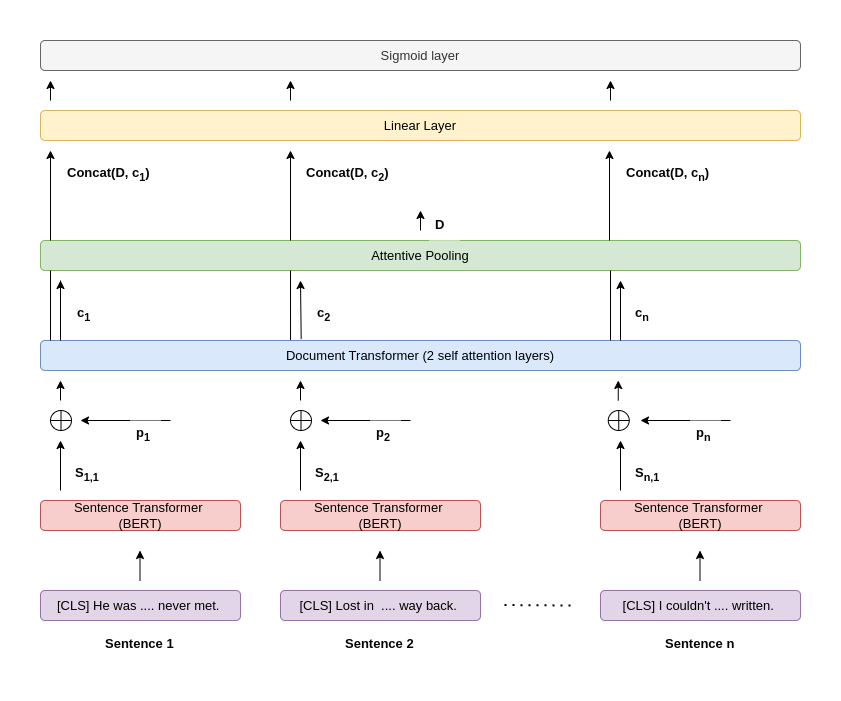
Before: media/hiExtSumm.png, a diagram exported from draw.io (Jishnu8/Hierarchical-Transformer-for-Long-Text-Summarization). Source tidied: cells renumbered, new cells last; positions are measured from the earlier drawing's top-left corner, leaving out a move shared by most shapes.
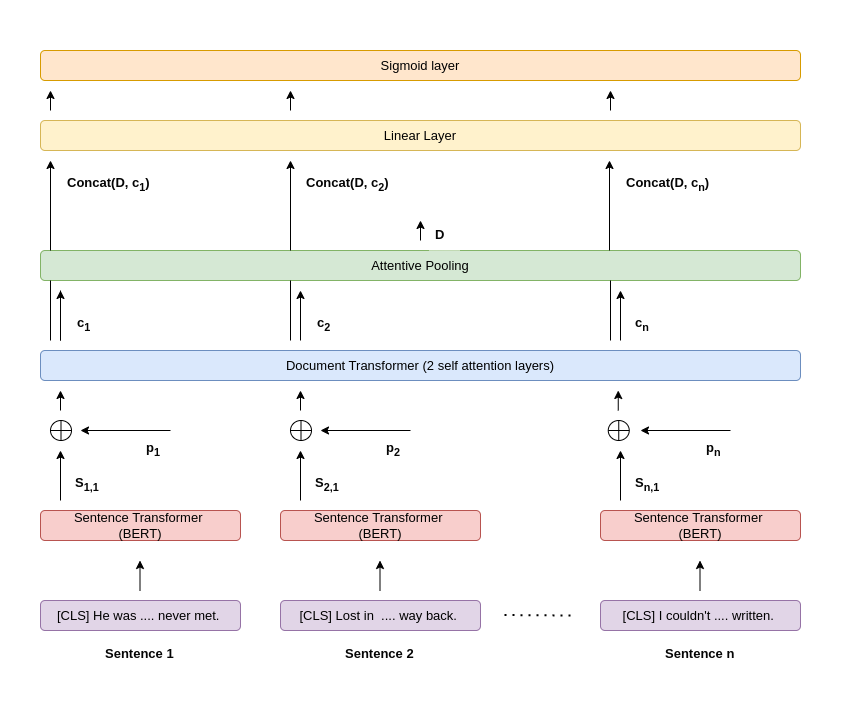
The same diagram one commit later.

Change to the diagram source:
```diff
@@ -68,9 +68,6 @@
         <mxPoint x="80" y="420" as="targetPoint" />
       </mxGeometry>
     </mxCell>
-    <mxCell id="18" value="p&lt;sub&gt;1&lt;/sub&gt;" style="strokeWidth=1;shadow=0;dashed=0;align=center;html=1;shape=mxgraph.mockup.text.textBox;fontColor=#050505;align=left;fontSize=13;spacingLeft=4;spacingTop=-3;strokeColor=none;mainText=;fontStyle=1;" parent="1" vertex="1">
-      <mxGeometry x="130" y="420" width="30" height="30" as="geometry" />
-    </mxCell>
     <mxCell id="19" style="verticalLabelPosition=bottom;verticalAlign=top;html=1;shape=mxgraph.flowchart.summing_function;fontSize=13;fontColor=#050505;" parent="1" vertex="1">
       <mxGeometry x="50" y="410" width="21" height="20" as="geometry" />
     </mxCell>
@@ -104,9 +101,6 @@
     <mxCell id="25" value="S&lt;sub&gt;2,1&lt;/sub&gt;" style="strokeWidth=1;shadow=0;dashed=0;align=center;html=1;shape=mxgraph.mockup.text.textBox;fontColor=#050505;align=left;fontSize=13;spacingLeft=4;spacingTop=-3;strokeColor=none;mainText=;fontStyle=1;" parent="1" vertex="1">
       <mxGeometry x="308.8" y="460" width="30" height="30" as="geometry" />
     </mxCell>
-    <mxCell id="26" value="p&lt;sub&gt;2&lt;/sub&gt;" style="strokeWidth=1;shadow=0;dashed=0;align=center;html=1;shape=mxgraph.mockup.text.textBox;fontColor=#050505;align=left;fontSize=13;spacingLeft=4;spacingTop=-3;strokeColor=none;mainText=;fontStyle=1;" parent="1" vertex="1">
-      <mxGeometry x="370" y="420" width="30" height="30" as="geometry" />
-    </mxCell>
     <mxCell id="27" style="endArrow=classic;html=1;rounded=0;fontSize=13;fontColor=#050505;" parent="1" edge="1">
       <mxGeometry relative="1" as="geometry">
         <mxPoint x="620" y="490" as="sourcePoint" />
@@ -125,9 +119,6 @@
     <mxCell id="30" style="verticalLabelPosition=bottom;verticalAlign=top;html=1;shape=mxgraph.flowchart.summing_function;fontSize=13;fontColor=#050505;" parent="1" vertex="1">
       <mxGeometry x="607.8" y="410" width="21" height="20" as="geometry" />
     </mxCell>
-    <mxCell id="31" value="p&lt;sub&gt;n&lt;/sub&gt;" style="strokeWidth=1;shadow=0;dashed=0;align=center;html=1;shape=mxgraph.mockup.text.textBox;fontColor=#050505;align=left;fontSize=13;spacingLeft=4;spacingTop=-3;strokeColor=none;mainText=;fontStyle=1;" parent="1" vertex="1">
-      <mxGeometry x="690" y="420" width="30" height="30" as="geometry" />
-    </mxCell>
     <mxCell id="32" style="endArrow=classic;html=1;rounded=0;fontSize=13;fontColor=#050505;" parent="1" edge="1">
       <mxGeometry relative="1" as="geometry">
         <mxPoint x="617.8" y="400" as="sourcePoint" />
@@ -151,7 +142,7 @@
     </mxCell>
     <mxCell id="37" style="endArrow=none;html=1;rounded=0;fontSize=13;fontColor=#050505;" parent="1" edge="1">
       <mxGeometry relative="1" as="geometry">
-        <mxPoint x="50" y="340" as="sourcePoint" />
+        <mxPoint x="50" y="330" as="sourcePoint" />
         <mxPoint x="50" y="270" as="targetPoint" />
       </mxGeometry>
     </mxCell>
@@ -182,22 +173,24 @@
         <mxPoint x="50" y="80" as="targetPoint" />
       </mxGeometry>
     </mxCell>
-    <mxCell id="44" value="Sigmoid layer" style="rounded=1;whiteSpace=wrap;html=1;fontSize=13;fillColor=#f5f5f5;strokeColor=#666666;fontColor=#333333;" parent="1" vertex="1">
+    <mxCell id="44" value="Sigmoid layer" style="rounded=1;whiteSpace=wrap;html=1;fontSize=13;fillColor=#ffe6cc;strokeColor=#d79b00;" parent="1" vertex="1">
       <mxGeometry x="40" y="40" width="760" height="30" as="geometry" />
     </mxCell>
-    <mxCell id="45" style="endArrow=classic;html=1;rounded=0;fontSize=13;fontColor=#050505;exitX=0.343;exitY=-0.047;exitDx=0;exitDy=0;exitPerimeter=0;" parent="1" edge="1" source="33">
+    <mxCell id="45" style="endArrow=classic;html=1;rounded=0;fontSize=13;fontColor=#050505;" parent="1" edge="1">
       <mxGeometry relative="1" as="geometry">
+        <mxPoint x="300" y="330" as="sourcePoint" />
         <mxPoint x="300" y="280" as="targetPoint" />
       </mxGeometry>
     </mxCell>
     <mxCell id="46" style="endArrow=none;html=1;rounded=0;fontSize=13;fontColor=#050505;" parent="1" edge="1">
       <mxGeometry relative="1" as="geometry">
-        <mxPoint x="60" y="340" as="sourcePoint" />
+        <mxPoint x="60" y="330" as="sourcePoint" />
         <mxPoint x="60" y="280" as="targetPoint" />
       </mxGeometry>
     </mxCell>
-    <mxCell id="47" style="endArrow=none;html=1;rounded=0;fontSize=13;fontColor=#050505;exitX=0.329;exitY=-0.02;exitDx=0;exitDy=0;exitPerimeter=0;" parent="1" edge="1" source="33">
+    <mxCell id="47" style="endArrow=none;html=1;rounded=0;fontSize=13;fontColor=#050505;" parent="1" edge="1">
       <mxGeometry relative="1" as="geometry">
+        <mxPoint x="290" y="330" as="sourcePoint" />
         <mxPoint x="290" y="270" as="targetPoint" />
       </mxGeometry>
     </mxCell>
@@ -206,13 +199,13 @@
     </mxCell>
     <mxCell id="49" style="endArrow=classic;html=1;rounded=0;fontSize=13;fontColor=#050505;" parent="1" edge="1">
       <mxGeometry relative="1" as="geometry">
-        <mxPoint x="620" y="340" as="sourcePoint" />
+        <mxPoint x="620" y="330" as="sourcePoint" />
         <mxPoint x="620" y="280" as="targetPoint" />
       </mxGeometry>
     </mxCell>
     <mxCell id="50" style="endArrow=none;html=1;rounded=0;fontSize=13;fontColor=#050505;entryX=0.75;entryY=1;entryDx=0;entryDy=0;" parent="1" edge="1" target="36">
       <mxGeometry relative="1" as="geometry">
-        <mxPoint x="610" y="340" as="sourcePoint" />
+        <mxPoint x="610" y="330" as="sourcePoint" />
       </mxGeometry>
     </mxCell>
     <mxCell id="51" value="c&lt;sub&gt;n&lt;/sub&gt;" style="strokeWidth=1;shadow=0;dashed=0;align=center;html=1;shape=mxgraph.mockup.text.textBox;fontColor=#050505;align=left;fontSize=13;spacingLeft=4;spacingTop=-3;strokeColor=none;mainText=;fontStyle=1;" parent="1" vertex="1">
@@ -249,7 +242,16 @@
       </mxGeometry>
     </mxCell>
     <mxCell id="58" style="swimlane;startSize=0;fontSize=13;fontColor=#050505;strokeColor=none;" parent="1" vertex="1">
-      <mxGeometry width="840" height="700" as="geometry" />
+      <mxGeometry y="-10" width="840" height="700" as="geometry" />
     </mxCell>
+    <mxCell id="18" value="p&lt;sub&gt;1&lt;/sub&gt;" style="strokeWidth=1;shadow=0;dashed=0;align=center;html=1;shape=mxgraph.mockup.text.textBox;fontColor=#050505;align=left;fontSize=13;spacingLeft=4;spacingTop=-3;strokeColor=none;mainText=;fontStyle=1;" parent="58" vertex="1">
+      <mxGeometry x="140" y="440" width="20" height="20" as="geometry" />
+    </mxCell>
+    <mxCell id="26" value="p&lt;sub&gt;2&lt;/sub&gt;" style="strokeWidth=1;shadow=0;dashed=0;align=center;html=1;shape=mxgraph.mockup.text.textBox;fontColor=#050505;align=left;fontSize=13;spacingLeft=4;spacingTop=-3;strokeColor=none;mainText=;fontStyle=1;" parent="58" vertex="1">
+      <mxGeometry x="380" y="440" width="20" height="20" as="geometry" />
+    </mxCell>
+    <mxCell id="31" value="p&lt;sub&gt;n&lt;/sub&gt;" style="strokeWidth=1;shadow=0;dashed=0;align=center;html=1;shape=mxgraph.mockup.text.textBox;fontColor=#050505;align=left;fontSize=13;spacingLeft=4;spacingTop=-3;strokeColor=none;mainText=;fontStyle=1;" parent="58" vertex="1">
+      <mxGeometry x="700" y="440" width="20" height="20" as="geometry" />
+    </mxCell>
   </root>
 </mxGraphModel>
```
